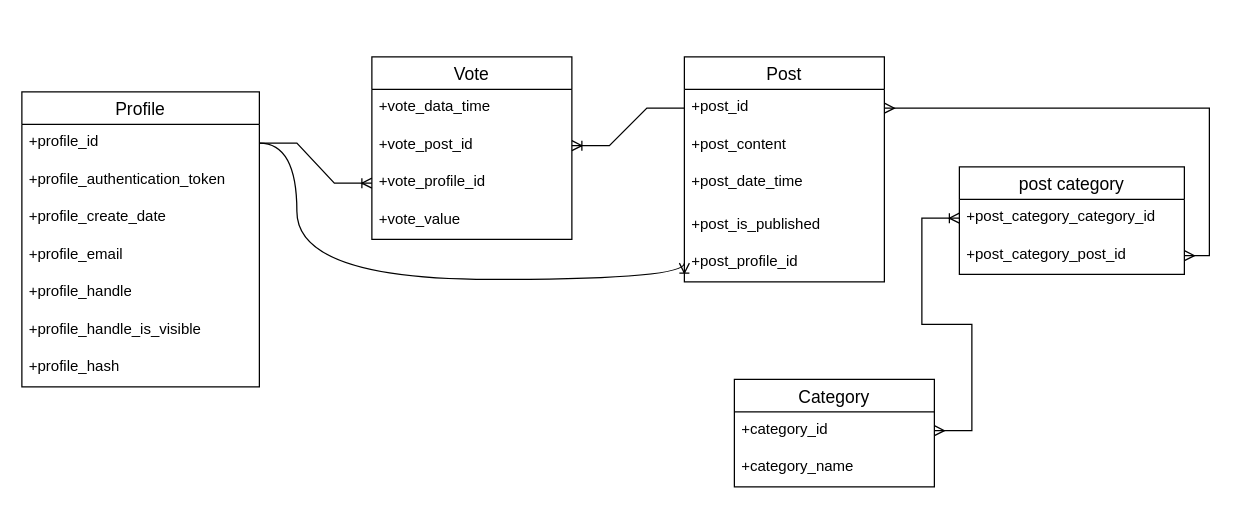
The draw.io diagram Entity Relationship Diagram.drawio in dreamy-dream-team/dream-team, before the edit. Source tidied: cells renumbered, new cells numbered last; positions are measured from the earlier drawing's top-left corner, leaving out a move shared by most shapes. Both pictures are drawn from the tidied source at 125%, with x=0, y=0 at pixel (21, 56).
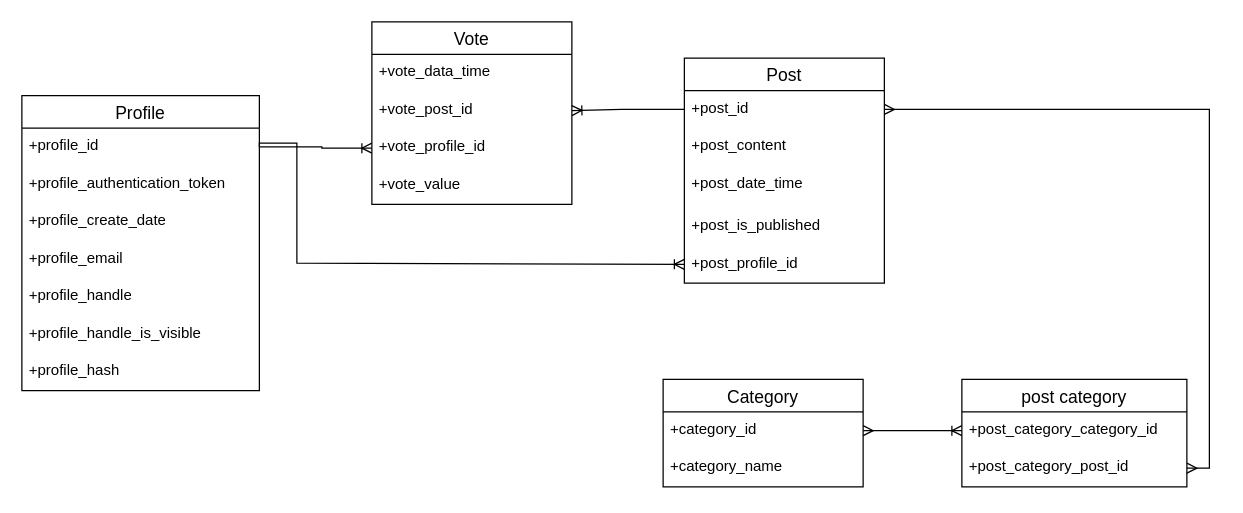
The same diagram, later.

The change refers to these unchanged cells:
```xml
<mxCell id="3" value="+post_id&lt;span style=&quot;white-space: pre;&quot;&gt; &lt;/span&gt;" style="text;strokeColor=none;fillColor=none;spacingLeft=4;spacingRight=4;overflow=hidden;points=[[0,0.5],[1,0.5]];portConstraint=eastwest;fontSize=12;whiteSpace=wrap;html=1;" parent="2" vertex="1">
  <mxGeometry y="26" width="160" height="30" as="geometry" />
</mxCell>
<mxCell id="7" value="+post_profile_id" style="text;strokeColor=none;fillColor=none;spacingLeft=4;spacingRight=4;overflow=hidden;points=[[0,0.5],[1,0.5]];portConstraint=eastwest;fontSize=12;whiteSpace=wrap;html=1;" parent="2" vertex="1">
  <mxGeometry y="150" width="160" height="30" as="geometry" />
</mxCell>
<mxCell id="9" value="+profile_id" style="text;strokeColor=none;fillColor=none;spacingLeft=4;spacingRight=4;overflow=hidden;points=[[0,0.5],[1,0.5]];portConstraint=eastwest;fontSize=12;whiteSpace=wrap;html=1;" parent="8" vertex="1">
  <mxGeometry y="26" width="190" height="30" as="geometry" />
</mxCell>
<mxCell id="18" value="+vote_post_id" style="text;strokeColor=none;fillColor=none;spacingLeft=4;spacingRight=4;overflow=hidden;points=[[0,0.5],[1,0.5]];portConstraint=eastwest;fontSize=12;whiteSpace=wrap;html=1;" parent="16" vertex="1">
  <mxGeometry y="56" width="160" height="30" as="geometry" />
</mxCell>
<mxCell id="19" value="+vote_profile_id" style="text;strokeColor=none;fillColor=none;spacingLeft=4;spacingRight=4;overflow=hidden;points=[[0,0.5],[1,0.5]];portConstraint=eastwest;fontSize=12;whiteSpace=wrap;html=1;" parent="16" vertex="1">
  <mxGeometry y="86" width="160" height="30" as="geometry" />
</mxCell>
```

What changed in the source:
```diff
@@
     <mxCell id="2" value="Post" style="swimlane;fontStyle=0;horizontal=1;startSize=26;align=center;fontSize=14;" parent="1" vertex="1">
-      <mxGeometry x="530" width="160" height="180" as="geometry" />
+      <mxGeometry x="530" y="1" width="160" height="180" as="geometry" />
     </mxCell>
@@
     <mxCell id="8" value="Profile" style="swimlane;fontStyle=0;horizontal=1;startSize=26;align=center;fontSize=14;" parent="1" vertex="1">
-      <mxGeometry y="28" width="190" height="236" as="geometry" />
+      <mxGeometry y="31" width="190" height="236" as="geometry" />
     </mxCell>
@@
     <mxCell id="16" value="Vote" style="swimlane;fontStyle=0;horizontal=1;startSize=26;align=center;fontSize=14;" parent="1" vertex="1">
-      <mxGeometry x="280" width="160" height="146" as="geometry" />
+      <mxGeometry x="280" y="-28" width="160" height="146" as="geometry" />
     </mxCell>
@@
     <mxCell id="21" value="post category" style="swimlane;fontStyle=0;horizontal=1;startSize=26;align=center;fontSize=14;" parent="1" vertex="1">
-      <mxGeometry x="750" y="88" width="180" height="86" as="geometry" />
+      <mxGeometry x="752" y="258" width="180" height="86" as="geometry" />
     </mxCell>
@@
     <mxCell id="24" value="Category" style="swimlane;fontStyle=0;horizontal=1;startSize=26;align=center;fontSize=14;" parent="1" vertex="1">
-      <mxGeometry x="570" y="258" width="160" height="86" as="geometry" />
+      <mxGeometry x="513" y="258" width="160" height="86" as="geometry" />
     </mxCell>
@@
-    <mxCell id="27" style="edgeStyle=entityRelationEdgeStyle;fontSize=12;html=1;endArrow=ERoneToMany;rounded=0;exitX=0;exitY=0.5;exitDx=0;exitDy=0;entryX=1;entryY=0.5;entryDx=0;entryDy=0;" parent="1" edge="1" source="3" target="18">
-      <mxGeometry relative="1" as="geometry" />
+    <mxCell id="27" style="edgeStyle=elbowEdgeStyle;fontSize=12;html=1;endArrow=ERoneToMany;rounded=0;exitX=0;exitY=0.5;exitDx=0;exitDy=0;entryX=1;entryY=0.5;entryDx=0;entryDy=0;" parent="1" edge="1" source="3" target="18">
+      <mxGeometry relative="1" as="geometry">
+        <Array as="points">
+          <mxPoint x="480" y="48" />
+        </Array>
+      </mxGeometry>
     </mxCell>
-    <mxCell id="28" style="edgeStyle=orthogonalEdgeStyle;fontSize=12;html=1;endArrow=ERoneToMany;rounded=0;exitX=1;exitY=0.5;exitDx=0;exitDy=0;entryX=0;entryY=0.5;entryDx=0;entryDy=0;elbow=vertical;curved=1;" parent="1" edge="1" source="9" target="7">
+    <mxCell id="28" style="edgeStyle=orthogonalEdgeStyle;fontSize=12;html=1;endArrow=ERoneToMany;rounded=0;exitX=1;exitY=0.5;exitDx=0;exitDy=0;entryX=0;entryY=0.5;entryDx=0;entryDy=0;elbow=vertical;" parent="1" edge="1" source="9" target="7">
       <mxGeometry relative="1" as="geometry">
         <Array as="points">
           <mxPoint x="220" y="69" />
-          <mxPoint x="220" y="178" />
-          <mxPoint x="530" y="178" />
+          <mxPoint x="220" y="165" />
         </Array>
       </mxGeometry>
     </mxCell>
-    <mxCell id="29" style="edgeStyle=entityRelationEdgeStyle;fontSize=12;html=1;endArrow=ERoneToMany;rounded=0;exitX=1;exitY=0.5;exitDx=0;exitDy=0;entryX=0;entryY=0.5;entryDx=0;entryDy=0;" parent="1" edge="1" source="9" target="19">
-      <mxGeometry relative="1" as="geometry" />
+    <mxCell id="29" style="edgeStyle=elbowEdgeStyle;fontSize=12;html=1;endArrow=ERoneToMany;rounded=0;exitX=1;exitY=0.5;exitDx=0;exitDy=0;entryX=0;entryY=0.5;entryDx=0;entryDy=0;" parent="1" edge="1" source="9" target="19">
+      <mxGeometry relative="1" as="geometry">
+        <Array as="points">
+          <mxPoint x="240" y="88" />
+        </Array>
+      </mxGeometry>
     </mxCell>
```
